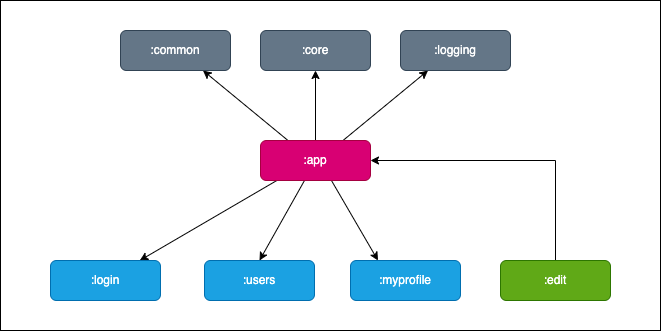
KhoaMoya/SampleBaseApp keeps this draw.io diagram as images/modules_dependencies.png. Above is the earlier version. Source tidied: cells renumbered, new cells last; positions are measured from the earlier drawing's top-left corner, leaving out a move shared by most shapes.
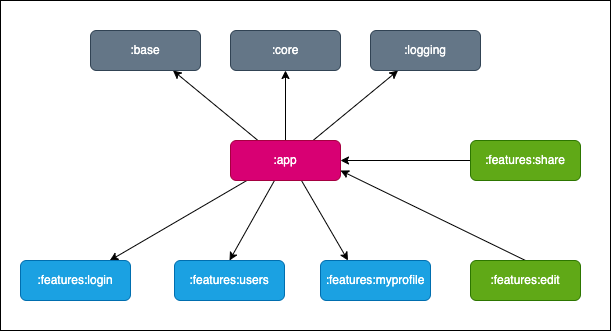
The same diagram one commit later.

What changed in the source:
```diff
@@ -2,9 +2,9 @@
   <root>
     <mxCell id="0" />
     <mxCell id="1" parent="0" />
-    <mxCell id="2" style="rounded=0;whiteSpace=wrap;html=1;" parent="1" vertex="1">
-      <mxGeometry width="660" height="330" as="geometry" />
-    </mxCell>
+    <mxCell id="18" style="rounded=0;whiteSpace=wrap;html=1;" parent="1" vertex="1">
+      <mxGeometry x="30" width="610" height="330" as="geometry" />
+    </mxCell>
     <mxCell id="3" style="edgeStyle=orthogonalEdgeStyle;rounded=0;jettySize=auto;html=1;" parent="1" edge="1" source="9" target="11">
       <mxGeometry relative="1" as="geometry" />
     </mxCell>
@@ -26,7 +26,7 @@
     <mxCell id="9" value=":app" style="rounded=1;whiteSpace=wrap;html=1;glass=0;fontSize=12;fillColor=#d80073;strokeColor=#A50040;fontColor=#ffffff;" parent="1" vertex="1">
       <mxGeometry x="260" y="140" width="110" height="40" as="geometry" />
     </mxCell>
-    <mxCell id="10" value=":common" style="rounded=1;whiteSpace=wrap;html=1;glass=0;fontSize=12;fillColor=#647687;strokeColor=#314354;fontColor=#ffffff;" parent="1" vertex="1">
+    <mxCell id="10" value=":base" style="rounded=1;whiteSpace=wrap;html=1;glass=0;fontSize=12;fillColor=#647687;strokeColor=#314354;fontColor=#ffffff;" parent="1" vertex="1">
       <mxGeometry x="120" y="30" width="110" height="40" as="geometry" />
     </mxCell>
     <mxCell id="11" value=":core" style="rounded=1;whiteSpace=wrap;html=1;glass=0;fontSize=12;fillColor=#647687;strokeColor=#314354;fontColor=#ffffff;" parent="1" vertex="1">
@@ -35,24 +35,28 @@
     <mxCell id="12" value=":logging" style="rounded=1;whiteSpace=wrap;html=1;glass=0;fontSize=12;fillColor=#647687;strokeColor=#314354;fontColor=#ffffff;" parent="1" vertex="1">
       <mxGeometry x="400" y="30" width="110" height="40" as="geometry" />
     </mxCell>
-    <mxCell id="13" value=":users" style="rounded=1;whiteSpace=wrap;html=1;glass=0;fontSize=12;fillColor=#1ba1e2;strokeColor=#006EAF;fontColor=#ffffff;" parent="1" vertex="1">
+    <mxCell id="13" value=":features:users" style="rounded=1;whiteSpace=wrap;html=1;glass=0;fontSize=12;fillColor=#1ba1e2;strokeColor=#006EAF;fontColor=#ffffff;" parent="1" vertex="1">
       <mxGeometry x="204" y="260" width="110" height="40" as="geometry" />
     </mxCell>
-    <mxCell id="14" value=":myprofile" style="rounded=1;whiteSpace=wrap;html=1;glass=0;fontSize=12;fillColor=#1ba1e2;strokeColor=#006EAF;fontColor=#ffffff;" parent="1" vertex="1">
+    <mxCell id="14" value=":features:myprofile" style="rounded=1;whiteSpace=wrap;html=1;glass=0;fontSize=12;fillColor=#1ba1e2;strokeColor=#006EAF;fontColor=#ffffff;" parent="1" vertex="1">
       <mxGeometry x="350" y="260" width="110" height="40" as="geometry" />
     </mxCell>
-    <mxCell id="15" style="edgeStyle=orthogonalEdgeStyle;rounded=0;jettySize=auto;html=1;exitX=0.5;exitY=0;exitDx=0;exitDy=0;entryX=1;entryY=0.5;entryDx=0;entryDy=0;" parent="1" edge="1" source="16" target="9">
+    <mxCell id="15" style="rounded=0;jettySize=auto;html=1;exitX=0.5;exitY=0;exitDx=0;exitDy=0;" parent="1" edge="1" source="16">
       <mxGeometry relative="1" as="geometry">
-        <Array as="points">
-          <mxPoint x="555" y="160" />
-        </Array>
+        <mxPoint x="370" y="170" as="targetPoint" />
       </mxGeometry>
     </mxCell>
-    <mxCell id="16" value=":edit" style="rounded=1;whiteSpace=wrap;html=1;glass=0;fontSize=12;fillColor=#60a917;strokeColor=#2D7600;fontColor=#ffffff;" parent="1" vertex="1">
+    <mxCell id="16" value=":features:edit" style="rounded=1;whiteSpace=wrap;html=1;glass=0;fontSize=12;fillColor=#60a917;strokeColor=#2D7600;fontColor=#ffffff;" parent="1" vertex="1">
       <mxGeometry x="500" y="260" width="110" height="40" as="geometry" />
     </mxCell>
-    <mxCell id="17" value=":login" style="rounded=1;whiteSpace=wrap;html=1;glass=0;fontSize=12;fillColor=#1ba1e2;strokeColor=#006EAF;fontColor=#ffffff;" parent="1" vertex="1">
+    <mxCell id="17" value=":features:login" style="rounded=1;whiteSpace=wrap;html=1;glass=0;fontSize=12;fillColor=#1ba1e2;strokeColor=#006EAF;fontColor=#ffffff;" parent="1" vertex="1">
       <mxGeometry x="50" y="260" width="110" height="40" as="geometry" />
     </mxCell>
+    <mxCell id="19" style="edgeStyle=none;rounded=0;jettySize=auto;html=1;entryX=1;entryY=0.5;entryDx=0;entryDy=0;" parent="1" edge="1" source="20" target="9">
+      <mxGeometry relative="1" as="geometry" />
+    </mxCell>
+    <mxCell id="20" value=":features:share" style="rounded=1;whiteSpace=wrap;html=1;glass=0;fontSize=12;fillColor=#60a917;strokeColor=#2D7600;fontColor=#ffffff;" parent="1" vertex="1">
+      <mxGeometry x="500" y="140" width="110" height="40" as="geometry" />
+    </mxCell>
   </root>
 </mxGraphModel>
```
